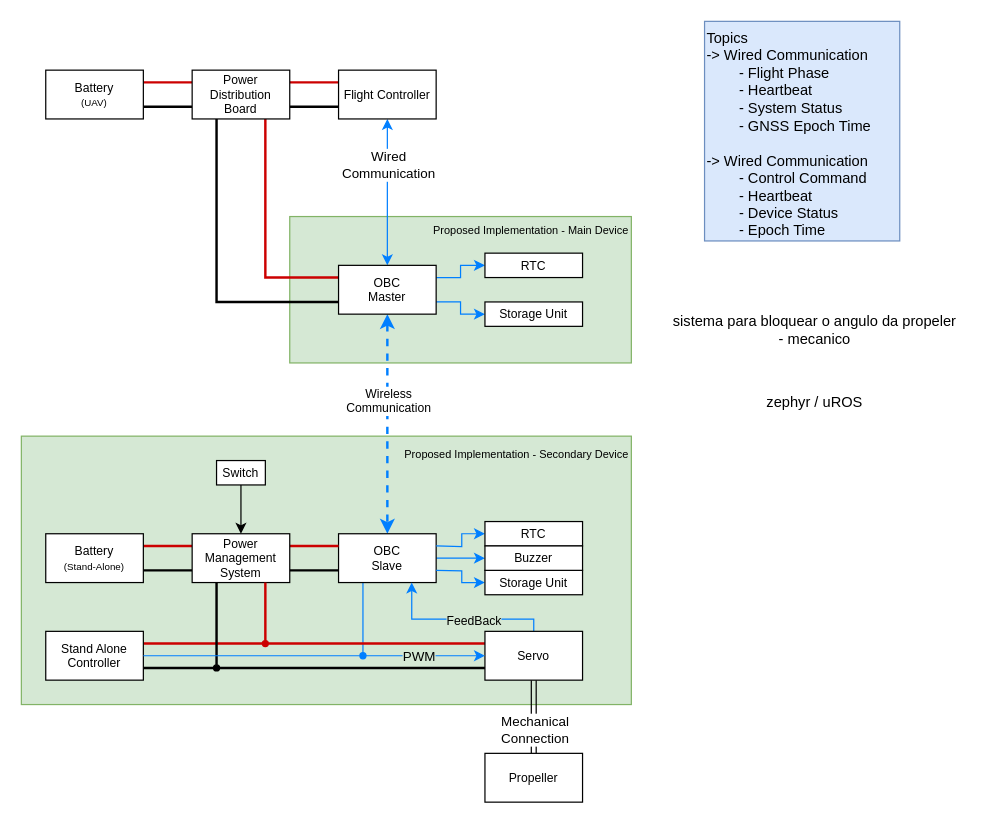
Earlier version of the draw.io diagram page "system_diagram" (1 of 4) of MESCC/2nd_year/2nd_semester/system_diagram.drawio (carlosrijo9/ISEP). Source tidied: cells renumbered, new cells numbered last; positions are measured from the earlier drawing's top-left corner, leaving out a move shared by most shapes. Both pictures are drawn from the tidied source at 122%, with x=0, y=0 at pixel (21, 21).
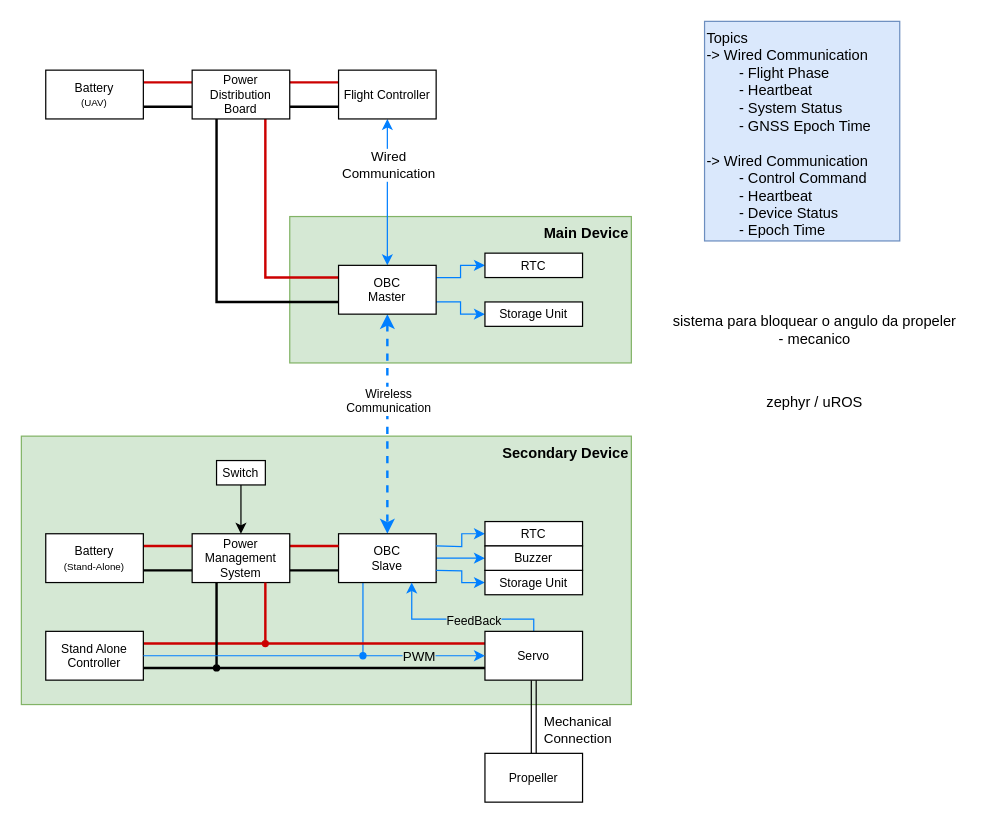
The same page after the edit.

The change refers to these unchanged cells:
```xml
<mxCell id="39" style="edgeStyle=orthogonalEdgeStyle;rounded=0;jettySize=auto;html=1;endArrow=none;endFill=0;shape=link;" parent="1" edge="1" source="41" target="44">
  <mxGeometry relative="1" as="geometry" />
</mxCell>
```

The edit, as a diff of the source:
```diff
@@
-    <mxCell id="2" value="&lt;span style=&quot;color: rgb(0, 0, 0); font-family: Helvetica; font-size: 9px; font-style: normal; font-variant-ligatures: normal; font-variant-caps: normal; font-weight: 400; letter-spacing: normal; orphans: 2; text-indent: 0px; text-transform: none; widows: 2; word-spacing: 0px; -webkit-text-stroke-width: 0px; text-decoration-thickness: initial; text-decoration-style: initial; text-decoration-color: initial; float: none; display: inline !important;&quot;&gt;Proposed Implementation - Secondary Device&lt;br&gt;&lt;/span&gt;" style="rounded=0;whiteSpace=wrap;html=1;fillColor=#d5e8d4;strokeColor=#82b366;verticalAlign=top;align=right;labelBackgroundColor=none;" parent="1" vertex="1">
+    <mxCell id="2" value="&lt;span style=&quot;color: rgb(0, 0, 0); font-family: Helvetica; font-style: normal; font-variant-ligatures: normal; font-variant-caps: normal; letter-spacing: normal; orphans: 2; text-indent: 0px; text-transform: none; widows: 2; word-spacing: 0px; -webkit-text-stroke-width: 0px; text-decoration-thickness: initial; text-decoration-style: initial; text-decoration-color: initial; float: none; display: inline !important;&quot;&gt;&lt;b style=&quot;&quot;&gt;&lt;font style=&quot;font-size: 12px;&quot;&gt;Secondary Device&lt;/font&gt;&lt;/b&gt;&lt;br&gt;&lt;/span&gt;" style="rounded=0;whiteSpace=wrap;html=1;fillColor=#d5e8d4;strokeColor=#82b366;verticalAlign=top;align=right;labelBackgroundColor=none;" parent="1" vertex="1">
       <mxGeometry y="340" width="500" height="220" as="geometry" />
     </mxCell>
-    <mxCell id="3" value="Proposed Implementation - Main Device" style="rounded=0;whiteSpace=wrap;html=1;fillColor=#d5e8d4;strokeColor=#82b366;verticalAlign=top;align=right;fontSize=9;fontStyle=0;" parent="1" vertex="1">
+    <mxCell id="3" value="&lt;b&gt;&lt;font style=&quot;font-size: 12px;&quot;&gt;Main Device&lt;/font&gt;&lt;/b&gt;" style="rounded=0;whiteSpace=wrap;html=1;fillColor=#d5e8d4;strokeColor=#82b366;verticalAlign=top;align=right;fontSize=9;fontStyle=0;" parent="1" vertex="1">
       <mxGeometry x="220" y="160" width="280" height="120" as="geometry" />
     </mxCell>
@@
     <mxCell id="40" value="Mechanical&lt;br&gt;Connection" style="edgeLabel;html=1;align=center;verticalAlign=middle;" parent="39" vertex="1">
       <mxGeometry x="0.59" y="1" relative="1" as="geometry">
-        <mxPoint x="-1" y="-8" as="offset" />
+        <mxPoint x="34" y="-8" as="offset" />
       </mxGeometry>
     </mxCell>
```
